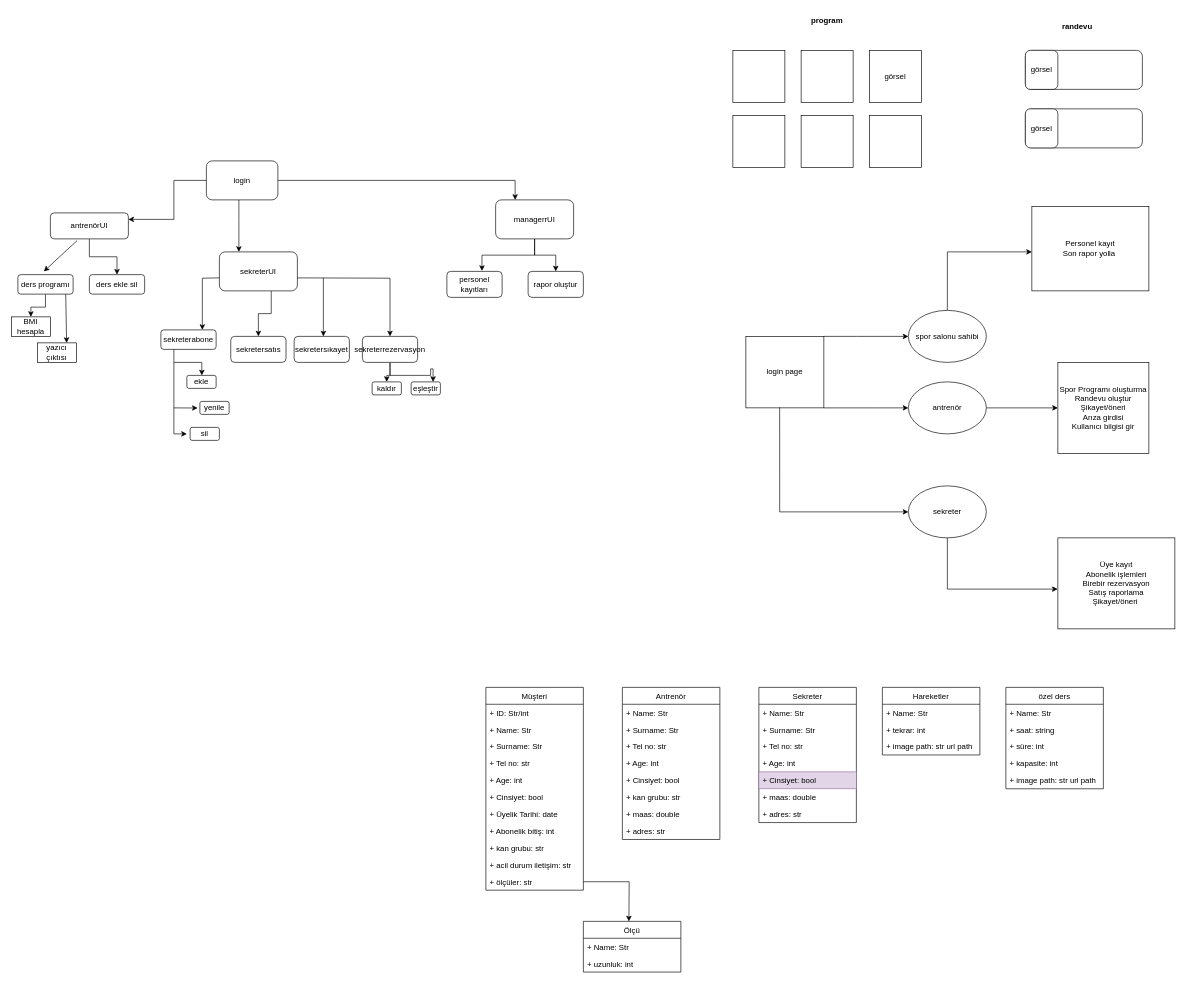
Earlier version of the draw.io diagram moDiagram.drawio (Mudaferkaymak/FitnessCenterAutomation). Source tidied: cells renumbered, new cells numbered last; positions are measured from the earlier drawing's top-left corner, leaving out a move shared by most shapes. Both pictures are drawn from the tidied source at 65%, with x=0, y=0 at pixel (11, 11).
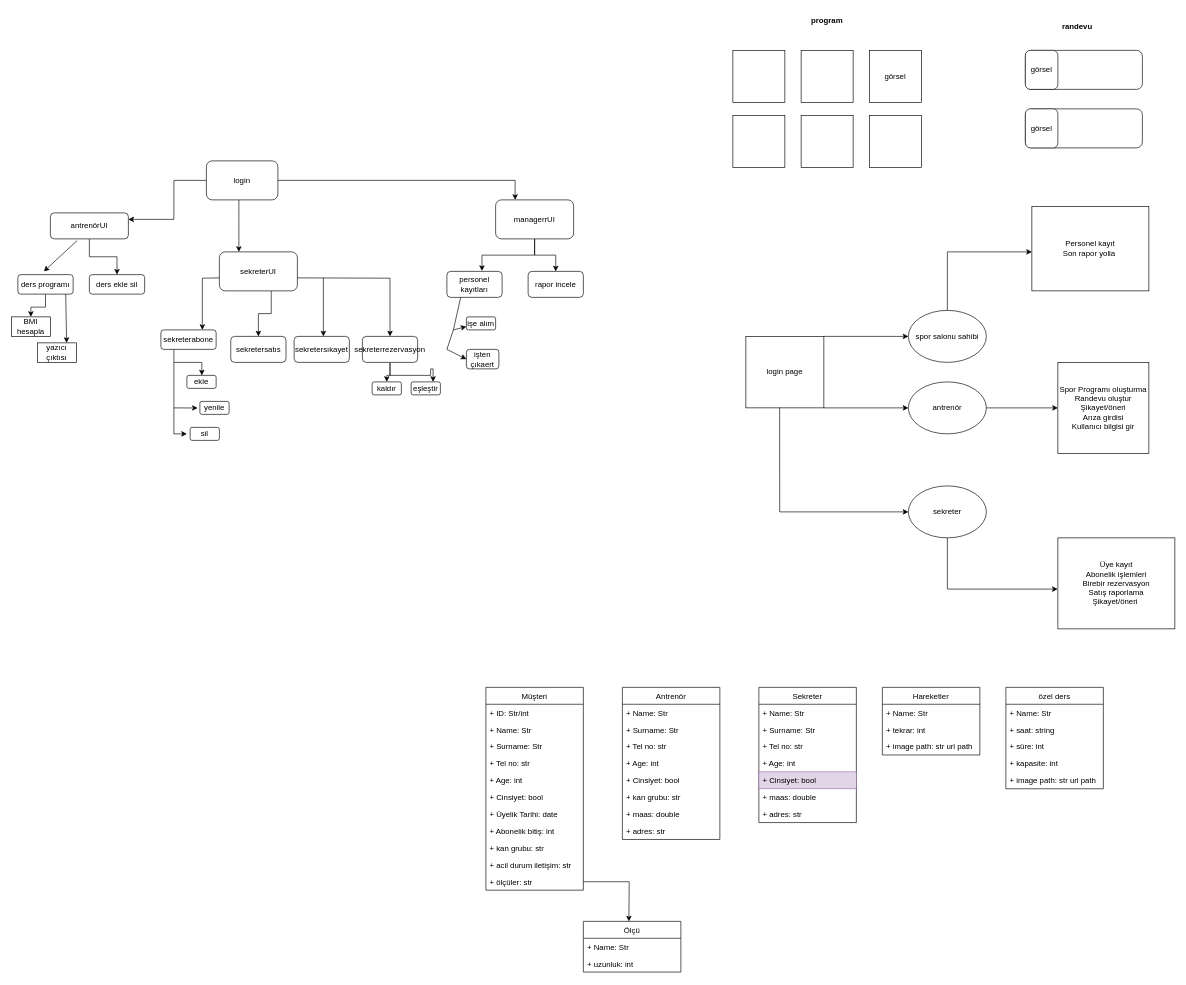
The same diagram, later.

Unchanged cells that the change refers to:
```xml
<mxCell id="97" value="personel kayıtları" style="rounded=1;whiteSpace=wrap;html=1;" parent="1" vertex="1">
  <mxGeometry x="670" y="400" width="85" height="40" as="geometry" />
</mxCell>
```

Diff of the diagram source:
```diff
@@
-    <mxCell id="98" value="rapor oluştur" style="rounded=1;whiteSpace=wrap;html=1;" parent="1" vertex="1">
+    <mxCell id="98" value="rapor incele" style="rounded=1;whiteSpace=wrap;html=1;" parent="1" vertex="1">
       <mxGeometry x="795" y="400" width="85" height="40" as="geometry" />
     </mxCell>
@@
+    <mxCell id="108" value="işe alım" style="rounded=1;whiteSpace=wrap;html=1;" parent="1" vertex="1">
+      <mxGeometry x="700" y="470" width="45" height="20" as="geometry" />
+    </mxCell>
+    <mxCell id="109" value="işten çıkaert" style="rounded=1;whiteSpace=wrap;html=1;" parent="1" vertex="1">
+      <mxGeometry x="700" y="520" width="50" height="30" as="geometry" />
+    </mxCell>
+    <mxCell id="110" style="endArrow=classic;html=1;rounded=0;exitX=0.25;exitY=1;exitDx=0;exitDy=0;entryX=0;entryY=0.5;entryDx=0;entryDy=0;" parent="1" edge="1" source="97" target="109">
+      <mxGeometry relative="1" as="geometry">
+        <Array as="points">
+          <mxPoint x="680" y="490" />
+          <mxPoint x="670" y="520" />
+        </Array>
+      </mxGeometry>
+    </mxCell>
+    <mxCell id="111" style="endArrow=classic;html=1;rounded=0;entryX=0;entryY=0.75;entryDx=0;entryDy=0;" parent="1" edge="1" target="108">
+      <mxGeometry relative="1" as="geometry">
+        <mxPoint x="680" y="490" as="sourcePoint" />
+      </mxGeometry>
+    </mxCell>
```
